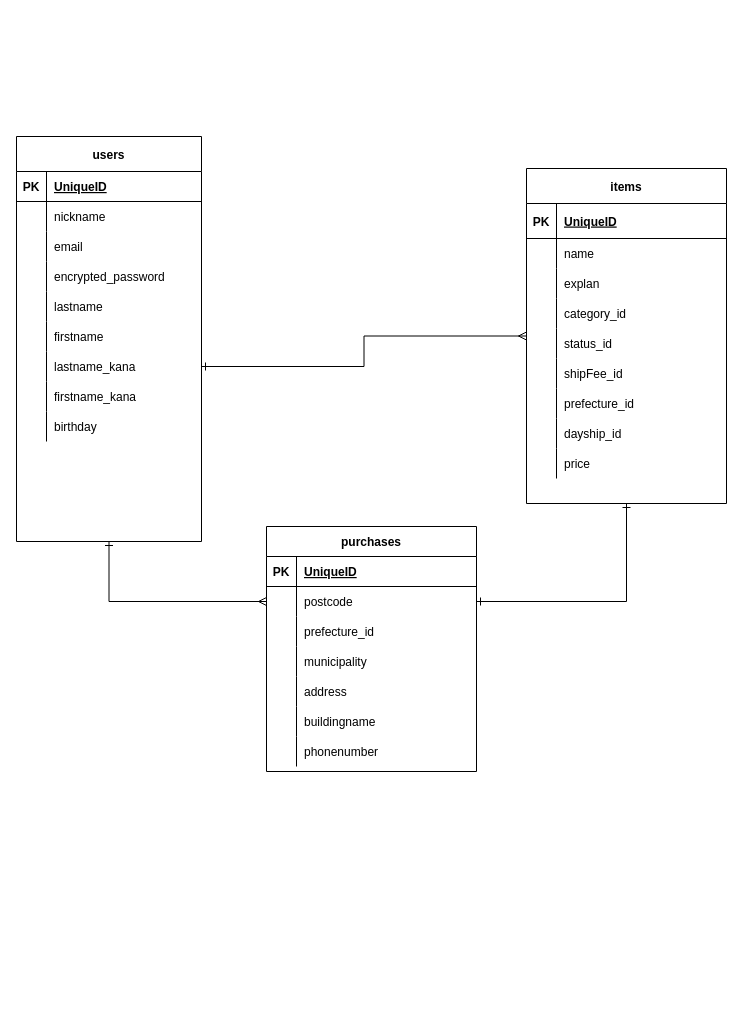
Before: app/views/DB.dio in nakanori0508/furima-31792, a draw.io diagram. Source tidied: cells renumbered, new cells numbered last; positions are measured from the earlier drawing's top-left corner, leaving out a move shared by most shapes. Both pictures are drawn from the tidied source at 100%, with x=0, y=0 at pixel (16, 136).
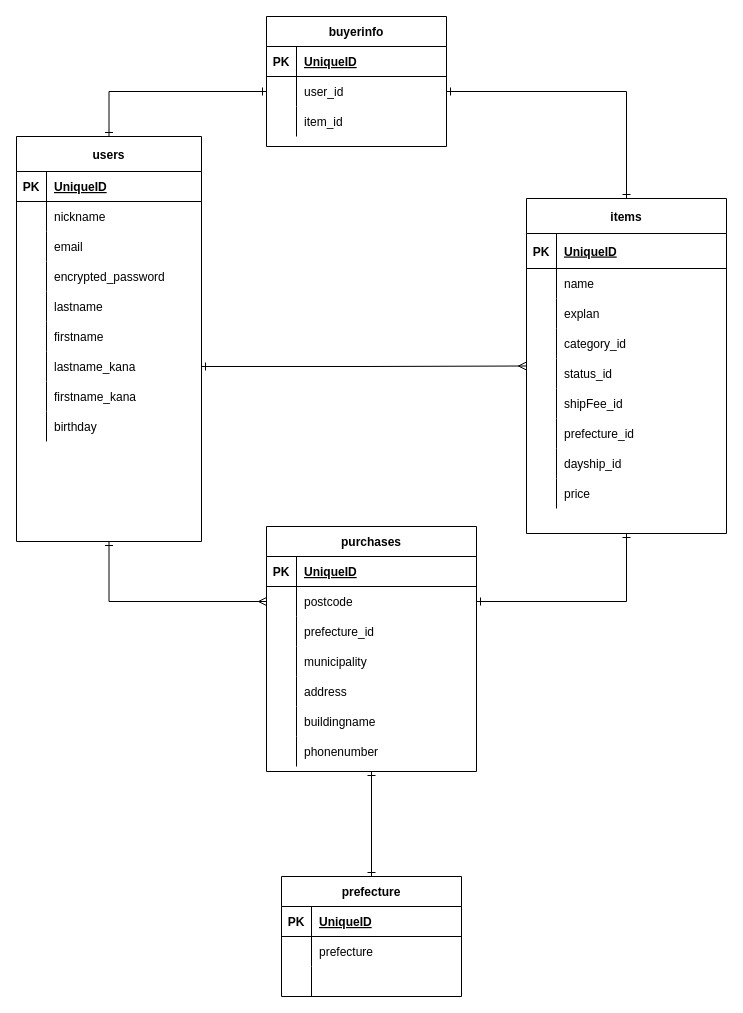
The same page after the edit.

Unchanged cells that the change refers to:
```xml
<mxCell id="3" value="users" style="shape=table;startSize=35;childLayout=tableLayout;rowLines=0;fontStyle=1;align=center;" parent="1" vertex="1">
  <mxGeometry width="185" height="405" as="geometry" />
</mxCell>
<mxCell id="22" style="shape=partialRectangle;fillColor=none;top=0;left=0;bottom=0;right=0;points=[[0,0.5],[1,0.5]];portConstraint=eastwest;" parent="3" vertex="1">
  <mxGeometry y="215" width="185" height="30" as="geometry" />
</mxCell>
<mxCell id="61" value="purchases" style="shape=table;startSize=30;childLayout=tableLayout;rowLines=0;fontStyle=1;align=center;" parent="1" vertex="1">
  <mxGeometry x="250" y="390" width="210" height="245" as="geometry" />
</mxCell>
<mxCell id="65" style="shape=partialRectangle;fillColor=none;top=0;left=0;bottom=0;right=0;points=[[0,0.5],[1,0.5]];portConstraint=eastwest;" parent="61" vertex="1">
  <mxGeometry y="60" width="210" height="30" as="geometry" />
</mxCell>
```

Change to the diagram source:
```diff
@@
+    <mxCell id="31" style="edgeStyle=orthogonalEdgeStyle;rounded=0;jettySize=auto;html=1;entryX=0;entryY=0.5;entryDx=0;entryDy=0;endArrow=ERmany;endFill=0;startArrow=ERone;startFill=0;" parent="1" edge="1" source="22" target="33">
+      <mxGeometry relative="1" as="geometry" />
+    </mxCell>
+    <mxCell id="32" style="edgeStyle=orthogonalEdgeStyle;rounded=0;jettySize=auto;html=1;exitX=0.5;exitY=1;exitDx=0;exitDy=0;entryX=1;entryY=0.5;entryDx=0;entryDy=0;endArrow=ERone;endFill=0;startArrow=ERone;startFill=0;" parent="1" edge="1" source="33" target="65">
+      <mxGeometry relative="1" as="geometry" />
+    </mxCell>
+    <mxCell id="83" style="edgeStyle=orthogonalEdgeStyle;rounded=0;jettySize=auto;html=1;exitX=0.5;exitY=1;exitDx=0;exitDy=0;entryX=0.5;entryY=0;entryDx=0;entryDy=0;startArrow=ERone;startFill=0;endArrow=ERone;endFill=0;" parent="1" edge="1" source="61" target="96">
+      <mxGeometry relative="1" as="geometry" />
+    </mxCell>
+    <mxCell id="84" style="edgeStyle=orthogonalEdgeStyle;rounded=0;jettySize=auto;html=1;exitX=0.5;exitY=0;exitDx=0;exitDy=0;entryX=0;entryY=0.5;entryDx=0;entryDy=0;startArrow=ERone;startFill=0;endArrow=ERone;endFill=0;" parent="1" edge="1" source="3" target="90">
+      <mxGeometry relative="1" as="geometry" />
+    </mxCell>
@@
-    <mxCell id="31" style="edgeStyle=orthogonalEdgeStyle;rounded=0;jettySize=auto;html=1;entryX=0;entryY=0.5;entryDx=0;entryDy=0;endArrow=ERmany;endFill=0;startArrow=ERone;startFill=0;" parent="1" edge="1" source="22" target="33">
-      <mxGeometry relative="1" as="geometry" />
-    </mxCell>
-    <mxCell id="32" style="edgeStyle=orthogonalEdgeStyle;rounded=0;jettySize=auto;html=1;exitX=0.5;exitY=1;exitDx=0;exitDy=0;entryX=1;entryY=0.5;entryDx=0;entryDy=0;endArrow=ERone;endFill=0;startArrow=ERone;startFill=0;" parent="1" edge="1" source="33" target="65">
-      <mxGeometry relative="1" as="geometry" />
-    </mxCell>
+    <mxCell id="85" style="edgeStyle=orthogonalEdgeStyle;rounded=0;jettySize=auto;html=1;exitX=0.5;exitY=0;exitDx=0;exitDy=0;entryX=1;entryY=0.5;entryDx=0;entryDy=0;startArrow=ERone;startFill=0;endArrow=ERone;endFill=0;" parent="1" edge="1" source="33" target="90">
+      <mxGeometry relative="1" as="geometry" />
+    </mxCell>
     <mxCell id="33" value="items" style="shape=table;startSize=35;childLayout=tableLayout;rowLines=0;fontStyle=1;align=center;" parent="1" vertex="1">
-      <mxGeometry x="510" y="32" width="200" height="335" as="geometry" />
+      <mxGeometry x="510" y="62" width="200" height="335" as="geometry" />
     </mxCell>
@@
+    <mxCell id="86" value="buyerinfo" style="shape=table;startSize=30;childLayout=tableLayout;rowLines=0;fontStyle=1;align=center;" parent="1" vertex="1">
+      <mxGeometry x="250" y="-120" width="180" height="130" as="geometry" />
+    </mxCell>
+    <mxCell id="87" style="shape=partialRectangle;fillColor=none;top=0;left=0;bottom=1;right=0;" parent="86" vertex="1">
+      <mxGeometry y="30" width="180" height="30" as="geometry" />
+    </mxCell>
+    <mxCell id="88" value="PK" style="shape=partialRectangle;fillColor=none;top=0;left=0;bottom=0;right=0;fontStyle=1;overflow=hidden;" parent="87" vertex="1">
+      <mxGeometry width="30" height="30" as="geometry" />
+    </mxCell>
+    <mxCell id="89" value="UniqueID" style="shape=partialRectangle;fillColor=none;top=0;left=0;bottom=0;right=0;align=left;spacingLeft=6;fontStyle=5;overflow=hidden;" parent="87" vertex="1">
+      <mxGeometry x="30" width="150" height="30" as="geometry" />
+    </mxCell>
+    <mxCell id="90" style="shape=partialRectangle;fillColor=none;top=0;left=0;bottom=0;right=0;points=[[0,0.5],[1,0.5]];portConstraint=eastwest;" parent="86" vertex="1">
+      <mxGeometry y="60" width="180" height="30" as="geometry" />
+    </mxCell>
+    <mxCell id="91" style="shape=partialRectangle;fillColor=none;top=0;left=0;bottom=0;right=0;overflow=hidden;" parent="90" vertex="1">
+      <mxGeometry width="30" height="30" as="geometry" />
+    </mxCell>
+    <mxCell id="92" value="user_id" style="shape=partialRectangle;fillColor=none;top=0;left=0;bottom=0;right=0;align=left;spacingLeft=6;overflow=hidden;" parent="90" vertex="1">
+      <mxGeometry x="30" width="150" height="30" as="geometry" />
+    </mxCell>
+    <mxCell id="93" style="shape=partialRectangle;fillColor=none;top=0;left=0;bottom=0;right=0;" parent="86" vertex="1">
+      <mxGeometry y="90" width="180" height="30" as="geometry" />
+    </mxCell>
+    <mxCell id="94" style="shape=partialRectangle;fillColor=none;top=0;left=0;bottom=0;right=0;overflow=hidden;" parent="93" vertex="1">
+      <mxGeometry width="30" height="30" as="geometry" />
+    </mxCell>
+    <mxCell id="95" value="item_id" style="shape=partialRectangle;fillColor=none;top=0;left=0;bottom=0;right=0;align=left;spacingLeft=6;overflow=hidden;" parent="93" vertex="1">
+      <mxGeometry x="30" width="150" height="30" as="geometry" />
+    </mxCell>
@@
+    <mxCell id="96" value="prefecture" style="shape=table;startSize=30;childLayout=tableLayout;rowLines=0;fontStyle=1;align=center;" parent="1" vertex="1">
+      <mxGeometry x="265" y="740" width="180" height="120" as="geometry" />
+    </mxCell>
+    <mxCell id="97" style="shape=partialRectangle;fillColor=none;top=0;left=0;bottom=1;right=0;" parent="96" vertex="1">
+      <mxGeometry y="30" width="180" height="30" as="geometry" />
+    </mxCell>
+    <mxCell id="98" value="PK" style="shape=partialRectangle;fillColor=none;top=0;left=0;bottom=0;right=0;fontStyle=1;overflow=hidden;" parent="97" vertex="1">
+      <mxGeometry width="30" height="30" as="geometry" />
+    </mxCell>
+    <mxCell id="99" value="UniqueID" style="shape=partialRectangle;fillColor=none;top=0;left=0;bottom=0;right=0;align=left;spacingLeft=6;fontStyle=5;overflow=hidden;" parent="97" vertex="1">
+      <mxGeometry x="30" width="150" height="30" as="geometry" />
+    </mxCell>
+    <mxCell id="100" style="shape=partialRectangle;fillColor=none;top=0;left=0;bottom=0;right=0;" parent="96" vertex="1">
+      <mxGeometry y="60" width="180" height="30" as="geometry" />
+    </mxCell>
+    <mxCell id="101" style="shape=partialRectangle;fillColor=none;top=0;left=0;bottom=0;right=0;overflow=hidden;" parent="100" vertex="1">
+      <mxGeometry width="30" height="30" as="geometry" />
+    </mxCell>
+    <mxCell id="102" value="prefecture" style="shape=partialRectangle;fillColor=none;top=0;left=0;bottom=0;right=0;align=left;spacingLeft=6;overflow=hidden;" parent="100" vertex="1">
+      <mxGeometry x="30" width="150" height="30" as="geometry" />
+    </mxCell>
+    <mxCell id="103" style="shape=partialRectangle;fillColor=none;top=0;left=0;bottom=0;right=0;" parent="96" vertex="1">
+      <mxGeometry y="90" width="180" height="30" as="geometry" />
+    </mxCell>
+    <mxCell id="104" style="shape=partialRectangle;fillColor=none;top=0;left=0;bottom=0;right=0;overflow=hidden;" parent="103" vertex="1">
+      <mxGeometry width="30" height="30" as="geometry" />
+    </mxCell>
+    <mxCell id="105" style="shape=partialRectangle;fillColor=none;top=0;left=0;bottom=0;right=0;align=left;spacingLeft=6;overflow=hidden;" parent="103" vertex="1">
+      <mxGeometry x="30" width="150" height="30" as="geometry" />
+    </mxCell>
```
